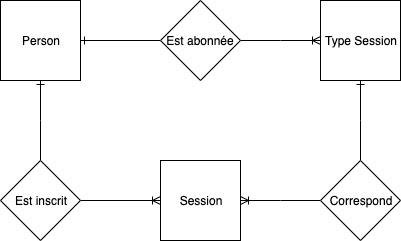
victorsmits/Aquabike keeps this draw.io diagram as Rapport/Figures/Entite-relation.png. Above is the earlier version. Source tidied: cells renumbered, new cells last; positions are measured from the earlier drawing's top-left corner, leaving out a move shared by most shapes. The source it was exported from:
```xml
<mxGraphModel>
  <root>
    <mxCell id="0" />
    <mxCell id="1" parent="0" />
    <mxCell id="2" style="edgeStyle=elbowEdgeStyle;rounded=0;jettySize=auto;html=1;exitX=0.5;exitY=1;exitDx=0;exitDy=0;entryX=0.5;entryY=0;entryDx=0;entryDy=0;elbow=vertical;endArrow=none;endFill=0;startArrow=ERone;startFill=0;" parent="1" edge="1" source="4" target="6">
      <mxGeometry relative="1" as="geometry" />
    </mxCell>
    <mxCell id="3" style="edgeStyle=orthogonalEdgeStyle;rounded=0;jettySize=auto;html=1;exitX=1;exitY=0.5;exitDx=0;exitDy=0;startArrow=ERone;startFill=0;endArrow=none;endFill=0;" parent="1" edge="1" source="4" target="9">
      <mxGeometry relative="1" as="geometry" />
    </mxCell>
    <mxCell id="4" value="Person" style="whiteSpace=wrap;html=1;" parent="1" vertex="1">
      <mxGeometry width="80" height="80" as="geometry" />
    </mxCell>
    <mxCell id="5" style="edgeStyle=orthogonalEdgeStyle;rounded=0;jettySize=auto;html=1;exitX=1;exitY=0.5;exitDx=0;exitDy=0;endArrow=ERoneToMany;endFill=0;" parent="1" edge="1" source="6" target="7">
      <mxGeometry relative="1" as="geometry" />
    </mxCell>
    <mxCell id="6" value="Est inscrit" style="rhombus;whiteSpace=wrap;html=1;rounded=0;shadow=0;comic=0;" parent="1" vertex="1">
      <mxGeometry y="160" width="80" height="80" as="geometry" />
    </mxCell>
    <mxCell id="7" value="Session" style="whiteSpace=wrap;html=1;rounded=0;shadow=0;comic=0;" parent="1" vertex="1">
      <mxGeometry x="160" y="160" width="80" height="80" as="geometry" />
    </mxCell>
    <mxCell id="8" style="edgeStyle=elbowEdgeStyle;rounded=0;jettySize=auto;elbow=vertical;html=1;exitX=1;exitY=0.5;exitDx=0;exitDy=0;entryX=0;entryY=0.5;entryDx=0;entryDy=0;startArrow=none;startFill=0;endArrow=ERoneToMany;endFill=0;" parent="1" edge="1" source="9" target="11">
      <mxGeometry relative="1" as="geometry" />
    </mxCell>
    <mxCell id="9" value="Est abonnée" style="rhombus;whiteSpace=wrap;html=1;rounded=0;shadow=0;comic=0;" parent="1" vertex="1">
      <mxGeometry x="160" width="80" height="80" as="geometry" />
    </mxCell>
    <mxCell id="10" style="edgeStyle=elbowEdgeStyle;rounded=0;jettySize=auto;elbow=vertical;html=1;exitX=0.5;exitY=1;exitDx=0;exitDy=0;entryX=0.5;entryY=0;entryDx=0;entryDy=0;startArrow=ERone;startFill=0;endArrow=none;endFill=0;" parent="1" edge="1" source="11" target="13">
      <mxGeometry relative="1" as="geometry" />
    </mxCell>
    <mxCell id="11" value="Type Session" style="whiteSpace=wrap;html=1;rounded=0;shadow=0;comic=0;" parent="1" vertex="1">
      <mxGeometry x="320" width="80" height="80" as="geometry" />
    </mxCell>
    <mxCell id="12" style="edgeStyle=elbowEdgeStyle;rounded=0;jettySize=auto;elbow=vertical;html=1;exitX=0;exitY=0.5;exitDx=0;exitDy=0;entryX=1;entryY=0.5;entryDx=0;entryDy=0;startArrow=none;startFill=0;endArrow=ERoneToMany;endFill=0;" parent="1" edge="1" source="13" target="7">
      <mxGeometry relative="1" as="geometry" />
    </mxCell>
    <mxCell id="13" value="Correspond" style="rhombus;whiteSpace=wrap;html=1;rounded=0;shadow=0;comic=0;" parent="1" vertex="1">
      <mxGeometry x="320" y="160" width="80" height="80" as="geometry" />
    </mxCell>
  </root>
</mxGraphModel>
```
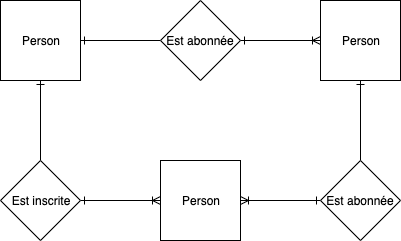
After the commit.

Change to the diagram source:
```diff
@@ -2,41 +2,43 @@
   <root>
     <mxCell id="0" />
     <mxCell id="1" parent="0" />
-    <mxCell id="2" style="edgeStyle=elbowEdgeStyle;rounded=0;jettySize=auto;html=1;exitX=0.5;exitY=1;exitDx=0;exitDy=0;entryX=0.5;entryY=0;entryDx=0;entryDy=0;elbow=vertical;endArrow=none;endFill=0;startArrow=ERone;startFill=0;" parent="1" edge="1" source="4" target="6">
-      <mxGeometry relative="1" as="geometry" />
-    </mxCell>
-    <mxCell id="3" style="edgeStyle=orthogonalEdgeStyle;rounded=0;jettySize=auto;html=1;exitX=1;exitY=0.5;exitDx=0;exitDy=0;startArrow=ERone;startFill=0;endArrow=none;endFill=0;" parent="1" edge="1" source="4" target="9">
-      <mxGeometry relative="1" as="geometry" />
-    </mxCell>
-    <mxCell id="4" value="Person" style="whiteSpace=wrap;html=1;" parent="1" vertex="1">
-      <mxGeometry width="80" height="80" as="geometry" />
-    </mxCell>
-    <mxCell id="5" style="edgeStyle=orthogonalEdgeStyle;rounded=0;jettySize=auto;html=1;exitX=1;exitY=0.5;exitDx=0;exitDy=0;endArrow=ERoneToMany;endFill=0;" parent="1" edge="1" source="6" target="7">
-      <mxGeometry relative="1" as="geometry" />
-    </mxCell>
-    <mxCell id="6" value="Est inscrit" style="rhombus;whiteSpace=wrap;html=1;rounded=0;shadow=0;comic=0;" parent="1" vertex="1">
-      <mxGeometry y="160" width="80" height="80" as="geometry" />
-    </mxCell>
-    <mxCell id="7" value="Session" style="whiteSpace=wrap;html=1;rounded=0;shadow=0;comic=0;" parent="1" vertex="1">
-      <mxGeometry x="160" y="160" width="80" height="80" as="geometry" />
-    </mxCell>
-    <mxCell id="8" style="edgeStyle=elbowEdgeStyle;rounded=0;jettySize=auto;elbow=vertical;html=1;exitX=1;exitY=0.5;exitDx=0;exitDy=0;entryX=0;entryY=0.5;entryDx=0;entryDy=0;startArrow=none;startFill=0;endArrow=ERoneToMany;endFill=0;" parent="1" edge="1" source="9" target="11">
-      <mxGeometry relative="1" as="geometry" />
-    </mxCell>
-    <mxCell id="9" value="Est abonnée" style="rhombus;whiteSpace=wrap;html=1;rounded=0;shadow=0;comic=0;" parent="1" vertex="1">
-      <mxGeometry x="160" width="80" height="80" as="geometry" />
-    </mxCell>
-    <mxCell id="10" style="edgeStyle=elbowEdgeStyle;rounded=0;jettySize=auto;elbow=vertical;html=1;exitX=0.5;exitY=1;exitDx=0;exitDy=0;entryX=0.5;entryY=0;entryDx=0;entryDy=0;startArrow=ERone;startFill=0;endArrow=none;endFill=0;" parent="1" edge="1" source="11" target="13">
-      <mxGeometry relative="1" as="geometry" />
-    </mxCell>
-    <mxCell id="11" value="Type Session" style="whiteSpace=wrap;html=1;rounded=0;shadow=0;comic=0;" parent="1" vertex="1">
-      <mxGeometry x="320" width="80" height="80" as="geometry" />
-    </mxCell>
-    <mxCell id="12" style="edgeStyle=elbowEdgeStyle;rounded=0;jettySize=auto;elbow=vertical;html=1;exitX=0;exitY=0.5;exitDx=0;exitDy=0;entryX=1;entryY=0.5;entryDx=0;entryDy=0;startArrow=none;startFill=0;endArrow=ERoneToMany;endFill=0;" parent="1" edge="1" source="13" target="7">
-      <mxGeometry relative="1" as="geometry" />
-    </mxCell>
-    <mxCell id="13" value="Correspond" style="rhombus;whiteSpace=wrap;html=1;rounded=0;shadow=0;comic=0;" parent="1" vertex="1">
-      <mxGeometry x="320" y="160" width="80" height="80" as="geometry" />
-    </mxCell>
+    <mxCell id="14" style="edgeStyle=orthogonalEdgeStyle;rounded=0;jettySize=auto;html=1;endArrow=none;endFill=0;startArrow=ERone;startFill=0;" parent="1" edge="1" source="16">
+      <mxGeometry relative="1" as="geometry">
+        <mxPoint x="160" y="80" as="targetPoint" />
+      </mxGeometry>
+    </mxCell>
+    <mxCell id="15" style="edgeStyle=orthogonalEdgeStyle;rounded=0;jettySize=auto;html=1;entryX=0.5;entryY=0;entryDx=0;entryDy=0;startArrow=ERone;startFill=0;endArrow=none;endFill=0;" parent="1" edge="1" source="16" target="20">
+      <mxGeometry relative="1" as="geometry" />
+    </mxCell>
+    <mxCell id="16" value="Person" style="whiteSpace=wrap;html=1;" parent="1" vertex="1">
+      <mxGeometry y="40" width="80" height="80" as="geometry" />
+    </mxCell>
+    <mxCell id="17" style="edgeStyle=orthogonalEdgeStyle;rounded=0;jettySize=auto;html=1;entryX=0;entryY=0.5;entryDx=0;entryDy=0;startArrow=ERone;startFill=0;endArrow=ERoneToMany;endFill=0;" parent="1" edge="1" source="18" target="22">
+      <mxGeometry relative="1" as="geometry" />
+    </mxCell>
+    <mxCell id="18" value="Est abonnée" style="rhombus;whiteSpace=wrap;html=1;" parent="1" vertex="1">
+      <mxGeometry x="160" y="40" width="80" height="80" as="geometry" />
+    </mxCell>
+    <mxCell id="19" style="edgeStyle=orthogonalEdgeStyle;rounded=0;jettySize=auto;html=1;entryX=0;entryY=0.5;entryDx=0;entryDy=0;startArrow=ERone;startFill=0;endArrow=ERoneToMany;endFill=0;" parent="1" edge="1" source="20" target="21">
+      <mxGeometry relative="1" as="geometry" />
+    </mxCell>
+    <mxCell id="20" value="Est inscrite" style="rhombus;whiteSpace=wrap;html=1;" parent="1" vertex="1">
+      <mxGeometry y="200" width="80" height="80" as="geometry" />
+    </mxCell>
+    <mxCell id="21" value="Person" style="whiteSpace=wrap;html=1;" parent="1" vertex="1">
+      <mxGeometry x="160" y="200" width="80" height="80" as="geometry" />
+    </mxCell>
+    <mxCell id="22" value="Person" style="whiteSpace=wrap;html=1;" parent="1" vertex="1">
+      <mxGeometry x="320" y="40" width="80" height="80" as="geometry" />
+    </mxCell>
+    <mxCell id="23" style="edgeStyle=orthogonalEdgeStyle;rounded=0;jettySize=auto;html=1;entryX=0.5;entryY=1;entryDx=0;entryDy=0;startArrow=none;startFill=0;endArrow=ERone;endFill=0;" parent="1" edge="1" source="25" target="22">
+      <mxGeometry relative="1" as="geometry" />
+    </mxCell>
+    <mxCell id="24" style="edgeStyle=orthogonalEdgeStyle;rounded=0;jettySize=auto;html=1;entryX=1;entryY=0.5;entryDx=0;entryDy=0;startArrow=ERone;startFill=0;endArrow=ERoneToMany;endFill=0;" parent="1" edge="1" source="25" target="21">
+      <mxGeometry relative="1" as="geometry" />
+    </mxCell>
+    <mxCell id="25" value="Est abonnée" style="rhombus;whiteSpace=wrap;html=1;" parent="1" vertex="1">
+      <mxGeometry x="320" y="200" width="80" height="80" as="geometry" />
+    </mxCell>
   </root>
 </mxGraphModel>
```
